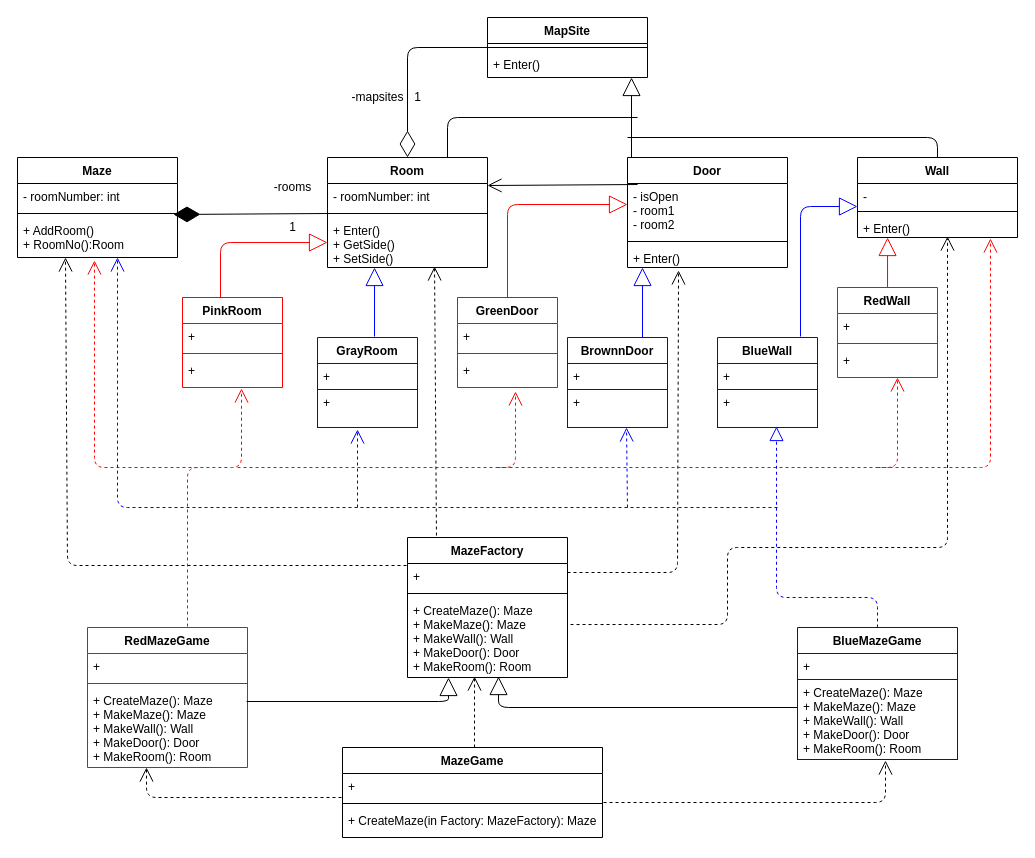
Shirlazybrat/Software-Design keeps this draw.io diagram as scf55-HW3-AbstractFactory.drawio. Above is the earlier version. Source tidied: cells renumbered, new cells numbered last; positions are measured from the earlier drawing's top-left corner, leaving out a move shared by most shapes. Both pictures are drawn from the tidied source at 100%, with x=0, y=0 at pixel (17, 17).
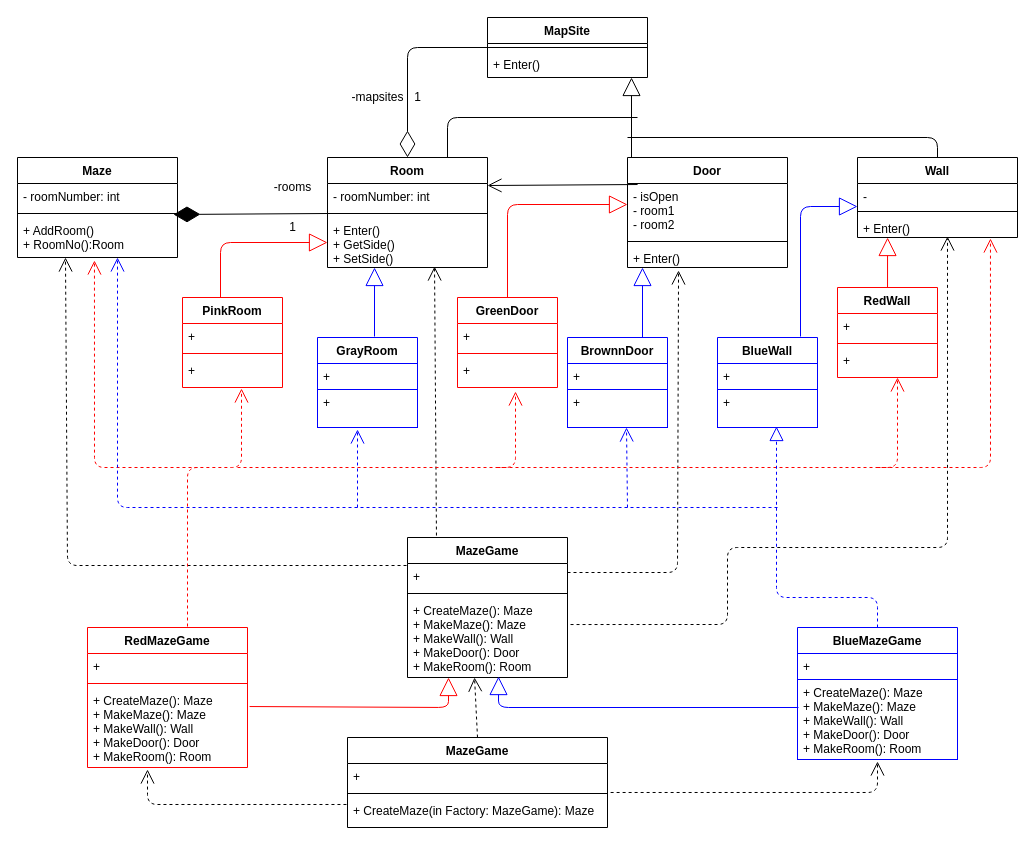
The same diagram, later.

The change refers to these unchanged cells:
```xml
<mxCell id="24" value="+ CreateMaze(): Maze&#10;+ MakeMaze(): Maze&#10;+ MakeWall(): Wall&#10;+ MakeDoor(): Door&#10;+ MakeRoom(): Room" style="text;strokeColor=none;fillColor=none;align=left;verticalAlign=top;spacingLeft=4;spacingRight=4;overflow=hidden;points=[[0,0.5],[1,0.5]];portConstraint=eastwest;" parent="21" vertex="1">
  <mxGeometry y="60" width="160" height="80" as="geometry" />
</mxCell>
<mxCell id="37" value="+ CreateMaze(): Maze&#10;+ MakeMaze(): Maze&#10;+ MakeWall(): Wall&#10;+ MakeDoor(): Door&#10;+ MakeRoom(): Room" style="text;strokeColor=none;fillColor=none;align=left;verticalAlign=top;spacingLeft=4;spacingRight=4;overflow=hidden;points=[[0,0.5],[1,0.5]];portConstraint=eastwest;" parent="34" vertex="1">
  <mxGeometry y="60" width="160" height="80" as="geometry" />
</mxCell>
<mxCell id="40" value="+ CreateMaze(): Maze&#10;+ MakeMaze(): Maze&#10;+ MakeWall(): Wall&#10;+ MakeDoor(): Door&#10;+ MakeRoom(): Room" style="text;strokeColor=#0000FF;fillColor=none;align=left;verticalAlign=top;spacingLeft=4;spacingRight=4;overflow=hidden;points=[[0,0.5],[1,0.5]];portConstraint=eastwest;" parent="38" vertex="1">
  <mxGeometry y="52" width="160" height="80" as="geometry" />
</mxCell>
<mxCell id="85" value="+ " style="text;strokeColor=none;fillColor=none;align=left;verticalAlign=top;spacingLeft=4;spacingRight=4;overflow=hidden;points=[[0,0.5],[1,0.5]];portConstraint=eastwest;" parent="84" vertex="1">
  <mxGeometry y="26" width="260" height="26" as="geometry" />
</mxCell>
```

Change to the diagram source:
```diff
@@
-    <mxCell id="21" value="MazeFactory" style="swimlane;fontStyle=1;align=center;verticalAlign=top;horizontal=1;startSize=26;" parent="1" vertex="1">
+    <mxCell id="21" value="MazeGame" style="swimlane;fontStyle=1;align=center;verticalAlign=top;horizontal=1;startSize=26;" parent="1" vertex="1">
       <mxGeometry x="390" y="520" width="160" height="140" as="geometry" />
     </mxCell>
@@
-    <mxCell id="60" style="endArrow=block;endSize=16;endFill=0;html=1;exitX=0.994;exitY=0.175;exitDx=0;exitDy=0;strokeColor=#000000;exitPerimeter=0;" parent="1" edge="1" source="37">
+    <mxCell id="60" style="endArrow=block;endSize=16;endFill=0;html=1;exitX=1.013;exitY=0.238;exitDx=0;exitDy=0;strokeColor=#FF0000;exitPerimeter=0;" parent="1" edge="1" source="37">
       <mxGeometry relative="1" as="geometry">
         <mxPoint x="431" y="660" as="targetPoint" />
         <Array as="points">
-          <mxPoint x="431" y="684" />
+          <mxPoint x="431" y="690" />
         </Array>
       </mxGeometry>
     </mxCell>
@@
-    <mxCell id="75" style="endArrow=block;endSize=16;endFill=0;html=1;strokeColor=#000000;entryX=0.569;entryY=0.988;entryDx=0;entryDy=0;entryPerimeter=0;" parent="1" edge="1" target="24">
+    <mxCell id="75" style="endArrow=block;endSize=16;endFill=0;html=1;strokeColor=#0000FF;exitX=0.006;exitY=0.35;exitDx=0;exitDy=0;entryX=0.569;entryY=0.988;entryDx=0;entryDy=0;entryPerimeter=0;exitPerimeter=0;" parent="1" edge="1" source="40" target="24">
       <mxGeometry relative="1" as="geometry">
-        <mxPoint x="780" y="690" as="sourcePoint" />
         <Array as="points">
           <mxPoint x="481" y="690" />
         </Array>
       </mxGeometry>
     </mxCell>
@@
     <mxCell id="84" value="MazeGame" style="swimlane;fontStyle=1;align=center;verticalAlign=top;horizontal=1;startSize=26;" parent="1" vertex="1">
-      <mxGeometry x="325" y="730" width="260" height="90" as="geometry" />
+      <mxGeometry x="330" y="720" width="260" height="90" as="geometry" />
     </mxCell>
@@
-    <mxCell id="87" value="+ CreateMaze(in Factory: MazeFactory): Maze" style="text;strokeColor=none;fillColor=none;align=left;verticalAlign=top;spacingLeft=4;spacingRight=4;overflow=hidden;" parent="84" vertex="1">
-      <mxGeometry y="60" width="260" height="30" as="geometry" />
-    </mxCell>
-    <mxCell id="88" style="endArrow=open;endSize=12;dashed=1;html=1;strokeColor=#000000;entryX=0.419;entryY=0.988;entryDx=0;entryDy=0;entryPerimeter=0;" parent="1" edge="1" target="24">
-      <mxGeometry relative="1" as="geometry">
-        <mxPoint x="457" y="730" as="sourcePoint" />
-      </mxGeometry>
-    </mxCell>
-    <mxCell id="89" style="endArrow=open;endSize=12;dashed=1;html=1;strokeColor=#000000;" parent="1" edge="1">
-      <mxGeometry relative="1" as="geometry">
-        <mxPoint x="324" y="780" as="sourcePoint" />
-        <mxPoint x="129" y="750" as="targetPoint" />
-        <Array as="points">
-          <mxPoint x="129" y="780" />
-        </Array>
-      </mxGeometry>
-    </mxCell>
+    <mxCell id="91" value="+ CreateMaze(in Factory: MazeGame): Maze" style="text;strokeColor=none;fillColor=none;align=left;verticalAlign=top;spacingLeft=4;spacingRight=4;overflow=hidden;points=[[0,0.5],[1,0.5]];portConstraint=eastwest;" parent="84" vertex="1">
+      <mxGeometry y="60" width="260" height="30" as="geometry" />
+    </mxCell>
+    <mxCell id="92" style="endArrow=open;endSize=12;dashed=1;html=1;strokeColor=#000000;exitX=0.5;exitY=0;exitDx=0;exitDy=0;entryX=0.419;entryY=1;entryDx=0;entryDy=0;entryPerimeter=0;" parent="1" edge="1" source="84" target="24">
+      <mxGeometry relative="1" as="geometry" />
+    </mxCell>
+    <mxCell id="93" style="endArrow=open;endSize=12;dashed=1;html=1;strokeColor=#000000;exitX=-0.004;exitY=0.233;exitDx=0;exitDy=0;exitPerimeter=0;entryX=0.375;entryY=1.025;entryDx=0;entryDy=0;entryPerimeter=0;" parent="1" edge="1" source="91" target="37">
+      <mxGeometry relative="1" as="geometry">
+        <Array as="points">
+          <mxPoint x="130" y="787" />
+        </Array>
+      </mxGeometry>
+    </mxCell>
-    <mxCell id="90" style="endArrow=open;endSize=12;dashed=1;html=1;strokeColor=#000000;exitX=1.004;exitY=1.115;exitDx=0;exitDy=0;exitPerimeter=0;entryX=0.55;entryY=1.013;entryDx=0;entryDy=0;entryPerimeter=0;" parent="1" edge="1" source="85" target="40">
+    <mxCell id="90" style="endArrow=open;endSize=12;dashed=1;html=1;strokeColor=#000000;exitX=1.012;exitY=1.115;exitDx=0;exitDy=0;exitPerimeter=0;entryX=0.5;entryY=1.025;entryDx=0;entryDy=0;entryPerimeter=0;" parent="1" edge="1" source="85" target="40">
       <mxGeometry relative="1" as="geometry">
         <Array as="points">
-          <mxPoint x="868" y="785" />
+          <mxPoint x="860" y="775" />
         </Array>
       </mxGeometry>
     </mxCell>
```
